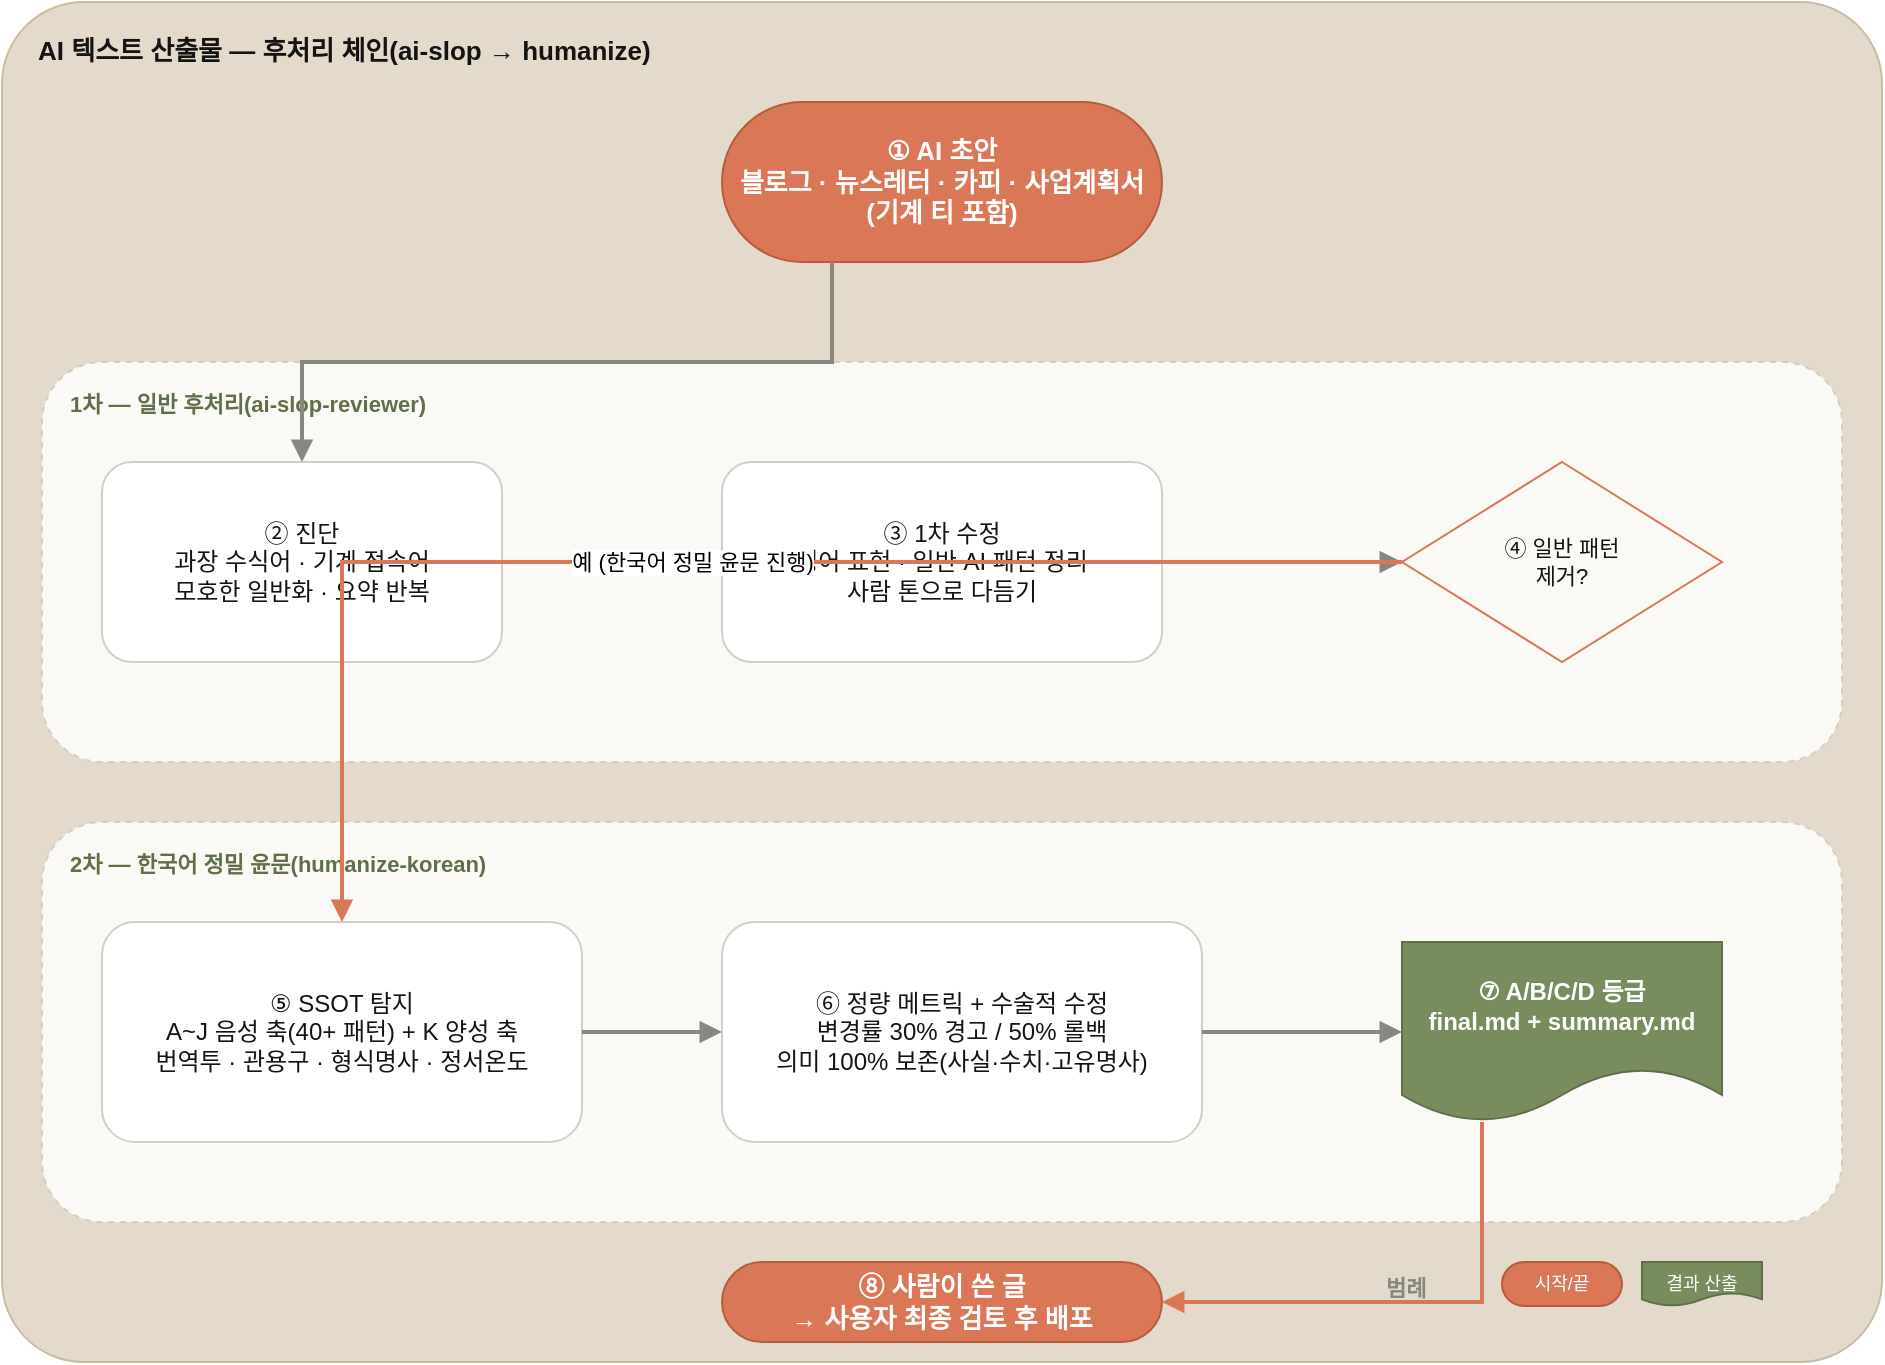
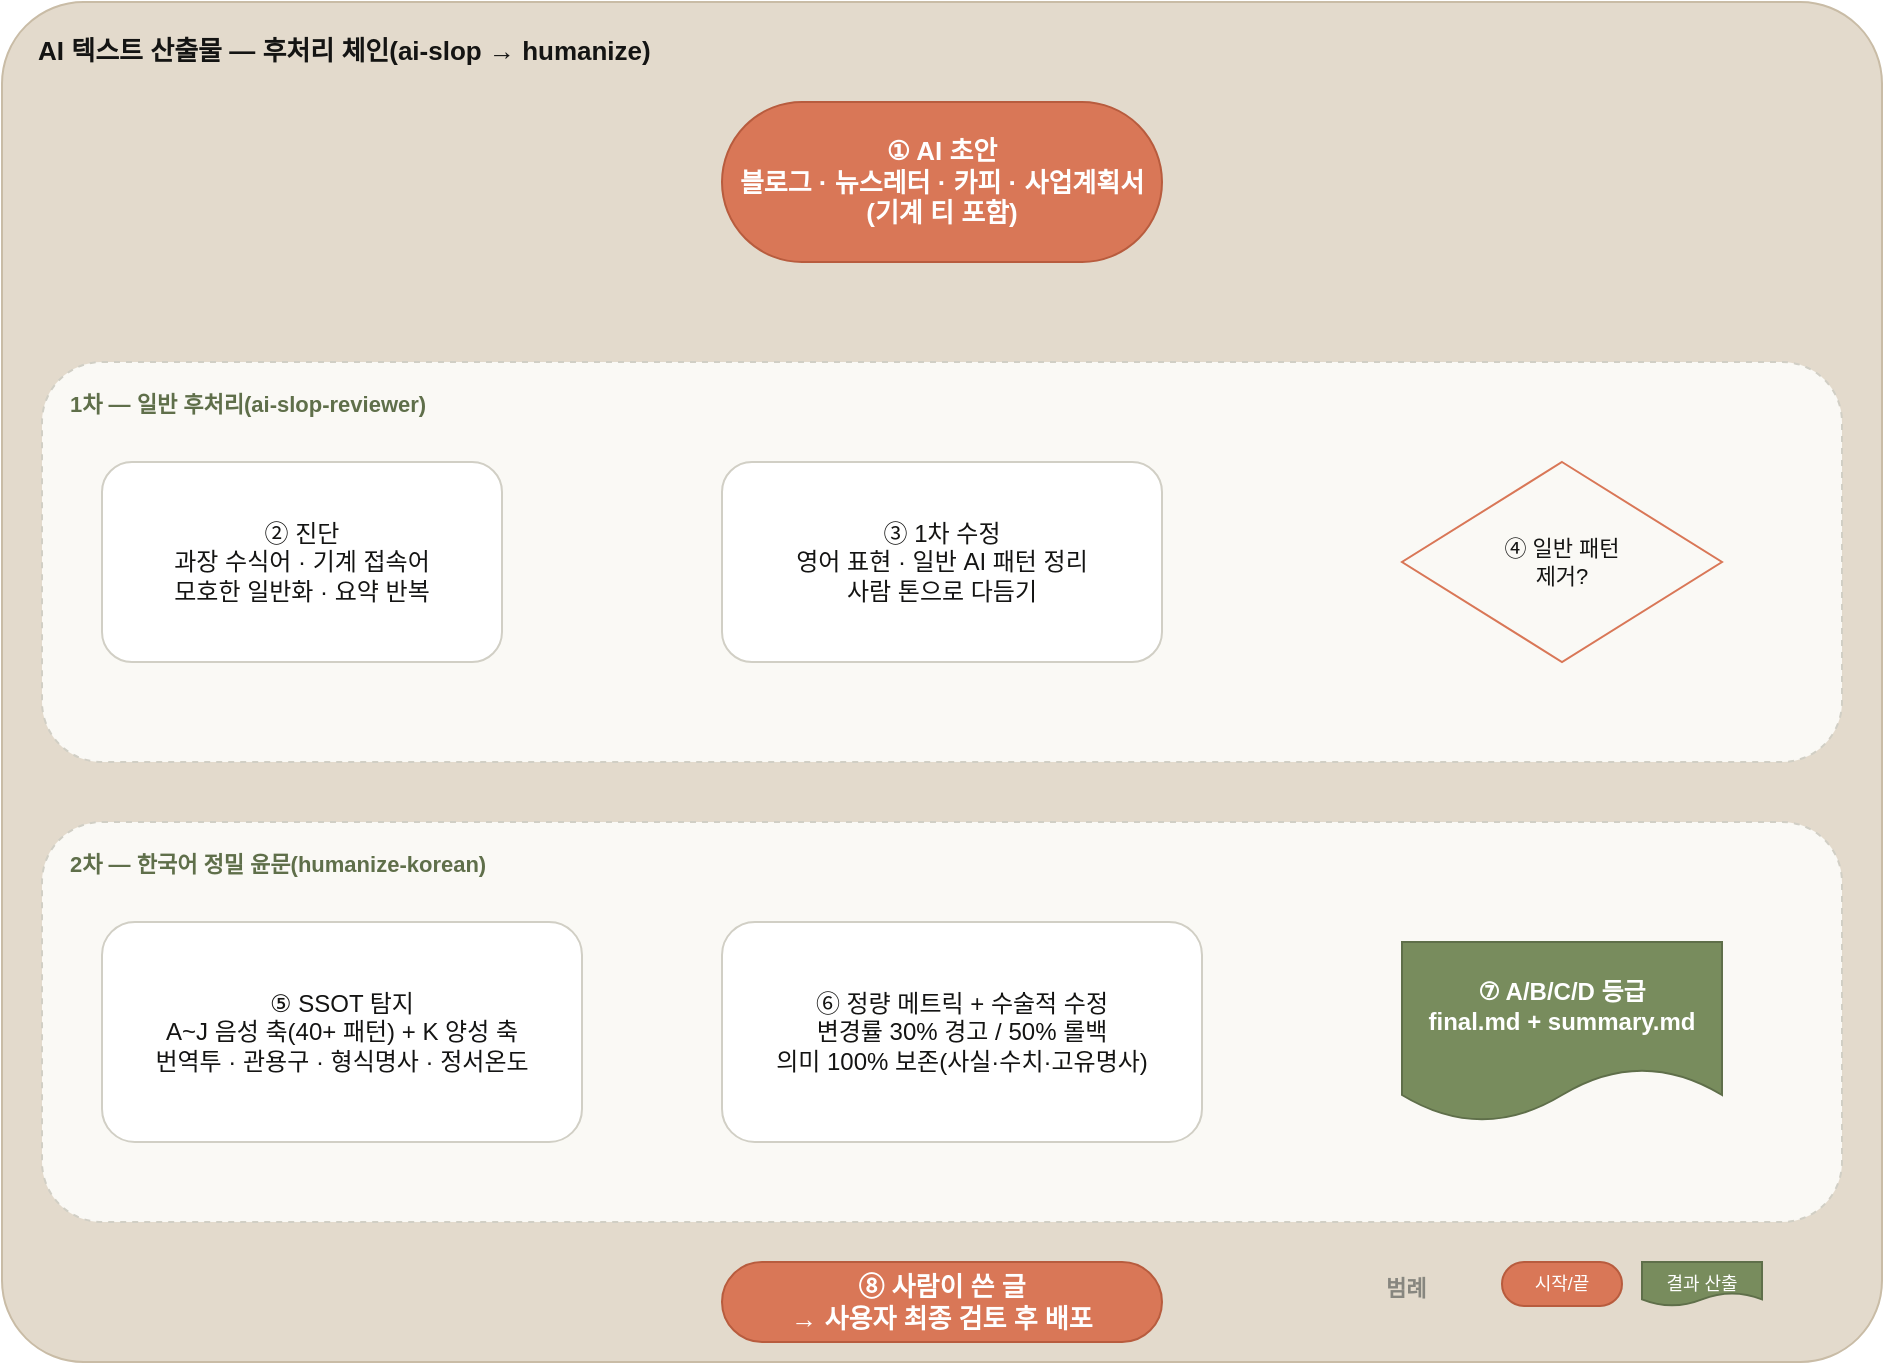
+ <?xml version='1.0' encoding='UTF-8'?>
<mxfile host="app.diagrams.net" type="device">
  <diagram name="ai-slop-humanize-chain" id="diagram-1">
-     <mxGraphModel dx="1100" dy="760" grid="1" gridSize="10" guides="1" tooltips="1"
-         connect="1" arrows="1" fold="1" page="1" pageScale="1"
-         pageWidth="980" pageHeight="720" math="0" shadow="0">
+     <mxGraphModel dx="1100" dy="760" grid="1" gridSize="10" guides="1" tooltips="1" connect="1" arrows="1" fold="1" page="1" pageScale="1" pageWidth="980" pageHeight="720" math="0" shadow="0">
      <root>
-         <mxCell id="0" />
-         <mxCell id="1" parent="0" />
+         <mxCell id="0"/>
+         <mxCell id="1" parent="0"/>

        <!-- ========== 그룹 컨테이너: 전체 파이프라인 ========== -->
-         <mxCell id="grp_pipeline" value="AI 텍스트 산출물 — 후처리 체인(ai-slop → humanize)" vertex="1" parent="1"
-             style="rounded=1;whiteSpace=wrap;html=1;fillColor=#E3DACC;strokeColor=#C9BCA6;verticalAlign=top;fontStyle=1;fontSize=13;fontColor=#141413;align=left;spacingLeft=16;spacingTop=10;dashed=0;arcSize=6;">
-           <mxGeometry x="20" y="20" width="940" height="680" as="geometry" />
+         <!-- ========== 시작점: AI 초안 ========== -->
+         <!-- ========== 1단계: ai-slop-reviewer 그룹 ========== -->
+         <!-- 1차 판단 다이아몬드: 통과? -->
+         <!-- ========== 2단계: humanize-korean 그룹 ========== -->
+         <!-- 등급 산출 (데이터/저장소 색으로 결과 강조) -->
+         <!-- ========== 종료점: 사용자 최종 검토 ========== -->
+         <!-- ========== 엣지: 메인 흐름 ========== -->
+         <!-- 판단 → 2차 진입 (예) -->
+         <!-- ========== 범례 ========== -->
+         <mxCell id="e1" edge="1" parent="1" source="n_draft" target="n_slop_diag" style="edgeStyle=orthogonalEdgeStyle;rounded=0;html=1;strokeColor=#87867F;strokeWidth=2;endArrow=block;endFill=1;exitX=0.25;exitY=1;exitDx=0;exitDy=0;entryX=0.5;entryY=0;entryDx=0;entryDy=0;">
+           <mxGeometry relative="1" as="geometry"/>
        </mxCell>

-         <!-- ========== 시작점: AI 초안 ========== -->
-         <mxCell id="n_draft" value="① AI 초안&#10;블로그 · 뉴스레터 · 카피 · 사업계획서&#10;(기계 티 포함)" vertex="1" parent="1"
-             style="rounded=1;arcSize=50;whiteSpace=wrap;html=1;fillColor=#D97757;strokeColor=#B85C3E;fontColor=#FFFFFF;fontStyle=1;fontSize=13;">
-           <mxGeometry x="380" y="70" width="220" height="80" as="geometry" />
+         <mxCell id="e2" edge="1" parent="1" source="n_slop_diag" target="n_slop_fix" style="edgeStyle=orthogonalEdgeStyle;rounded=0;html=1;strokeColor=#87867F;strokeWidth=2;endArrow=block;endFill=1;exitX=1;exitY=0.5;exitDx=0;exitDy=0;entryX=0;entryY=0.5;entryDx=0;entryDy=0;">
+           <mxGeometry relative="1" as="geometry"/>
        </mxCell>

-         <!-- ========== 1단계: ai-slop-reviewer 그룹 ========== -->
-         <mxCell id="grp_slop" value="1차 — 일반 후처리(ai-slop-reviewer)" vertex="1" parent="1"
-             style="rounded=1;whiteSpace=wrap;html=1;fillColor=#FAF9F5;strokeColor=#D1CFC5;verticalAlign=top;fontStyle=1;fontSize=11;fontColor=#5F6F4A;align=left;spacingLeft=12;spacingTop=8;dashed=1;">
-           <mxGeometry x="40" y="200" width="900" height="200" as="geometry" />
+         <mxCell id="e3" edge="1" parent="1" source="n_slop_fix" target="n_slop_decision" style="edgeStyle=orthogonalEdgeStyle;rounded=0;html=1;strokeColor=#87867F;strokeWidth=2;endArrow=block;endFill=1;exitX=1;exitY=0.5;exitDx=0;exitDy=0;entryX=0;entryY=0.5;entryDx=0;entryDy=0;">
+           <mxGeometry relative="1" as="geometry"/>
        </mxCell>

-         <mxCell id="n_slop_diag" value="② 진단&#10;과장 수식어 · 기계 접속어&#10;모호한 일반화 · 요약 반복" vertex="1" parent="1"
-             style="rounded=1;whiteSpace=wrap;html=1;fillColor=#FFFFFF;strokeColor=#D1CFC5;fontColor=#141413;fontSize=12;">
-           <mxGeometry x="70" y="250" width="200" height="100" as="geometry" />
+         <mxCell id="e4" edge="1" parent="1" source="n_slop_decision" target="n_hum_scan" style="edgeStyle=orthogonalEdgeStyle;rounded=0;html=1;strokeColor=#D97757;strokeWidth=2;endArrow=block;endFill=1;exitX=0;exitY=0.5;exitDx=0;exitDy=0;entryX=0.5;entryY=0;entryDx=0;entryDy=0;" value="예 (한국어 정밀 윤문 진행)">
+           <mxGeometry relative="1" as="geometry"/>
        </mxCell>

-         <mxCell id="n_slop_fix" value="③ 1차 수정&#10;영어 표현 · 일반 AI 패턴 정리&#10;사람 톤으로 다듬기" vertex="1" parent="1"
-             style="rounded=1;whiteSpace=wrap;html=1;fillColor=#FFFFFF;strokeColor=#D1CFC5;fontColor=#141413;fontSize=12;">
-           <mxGeometry x="380" y="250" width="220" height="100" as="geometry" />
+         <mxCell id="e5" edge="1" parent="1" source="n_hum_scan" target="n_hum_metrics" style="edgeStyle=orthogonalEdgeStyle;rounded=0;html=1;strokeColor=#87867F;strokeWidth=2;endArrow=block;endFill=1;exitX=1;exitY=0.5;exitDx=0;exitDy=0;entryX=0;entryY=0.5;entryDx=0;entryDy=0;">
+           <mxGeometry relative="1" as="geometry"/>
        </mxCell>

-         <!-- 1차 판단 다이아몬드: 통과? -->
-         <mxCell id="n_slop_decision" value="④ 일반 패턴&#10;제거?" vertex="1" parent="1"
-             style="rhombus;whiteSpace=wrap;html=1;fillColor=#FAF9F5;strokeColor=#D97757;fontColor=#141413;fontSize=11;">
-           <mxGeometry x="720" y="250" width="160" height="100" as="geometry" />
+         <mxCell id="e6" edge="1" parent="1" source="n_hum_metrics" target="n_hum_grade" style="edgeStyle=orthogonalEdgeStyle;rounded=0;html=1;strokeColor=#87867F;strokeWidth=2;endArrow=block;endFill=1;exitX=1;exitY=0.5;exitDx=0;exitDy=0;entryX=0;entryY=0.5;entryDx=0;entryDy=0;">
+           <mxGeometry relative="1" as="geometry"/>
        </mxCell>

-         <!-- ========== 2단계: humanize-korean 그룹 ========== -->
-         <mxCell id="grp_humanize" value="2차 — 한국어 정밀 윤문(humanize-korean)" vertex="1" parent="1"
-             style="rounded=1;whiteSpace=wrap;html=1;fillColor=#FAF9F5;strokeColor=#D1CFC5;verticalAlign=top;fontStyle=1;fontSize=11;fontColor=#5F6F4A;align=left;spacingLeft=12;spacingTop=8;dashed=1;">
-           <mxGeometry x="40" y="430" width="900" height="200" as="geometry" />
+         <mxCell id="e7" edge="1" parent="1" source="n_hum_grade" target="n_user" style="edgeStyle=orthogonalEdgeStyle;rounded=0;html=1;strokeColor=#D97757;strokeWidth=2;endArrow=block;endFill=1;exitX=0.25;exitY=1;exitDx=0;exitDy=0;entryX=1;entryY=0.5;entryDx=0;entryDy=0;">
+           <mxGeometry relative="1" as="geometry"/>
        </mxCell>

-         <mxCell id="n_hum_scan" value="⑤ SSOT 탐지&#10;A~J 음성 축(40+ 패턴) + K 양성 축&#10;번역투 · 관용구 · 형식명사 · 정서온도" vertex="1" parent="1"
-             style="rounded=1;whiteSpace=wrap;html=1;fillColor=#FFFFFF;strokeColor=#D1CFC5;fontColor=#141413;fontSize=12;">
-           <mxGeometry x="70" y="480" width="240" height="110" as="geometry" />
+         <mxCell id="grp_pipeline" value="AI 텍스트 산출물 — 후처리 체인(ai-slop → humanize)" vertex="1" parent="1" style="rounded=1;whiteSpace=wrap;html=1;fillColor=#E3DACC;strokeColor=#C9BCA6;verticalAlign=top;fontStyle=1;fontSize=13;fontColor=#141413;align=left;spacingLeft=16;spacingTop=10;dashed=0;arcSize=6;">
+           <mxGeometry x="20" y="20" width="940" height="680" as="geometry"/>
        </mxCell>

-         <mxCell id="n_hum_metrics" value="⑥ 정량 메트릭 + 수술적 수정&#10;변경률 30% 경고 / 50% 롤백&#10;의미 100% 보존(사실·수치·고유명사)" vertex="1" parent="1"
-             style="rounded=1;whiteSpace=wrap;html=1;fillColor=#FFFFFF;strokeColor=#D1CFC5;fontColor=#141413;fontSize=12;">
-           <mxGeometry x="380" y="480" width="240" height="110" as="geometry" />
+         <mxCell id="n_draft" value="① AI 초안&#10;블로그 · 뉴스레터 · 카피 · 사업계획서&#10;(기계 티 포함)" vertex="1" parent="1" style="rounded=1;arcSize=50;whiteSpace=wrap;html=1;fillColor=#D97757;strokeColor=#B85C3E;fontColor=#FFFFFF;fontStyle=1;fontSize=13;">
+           <mxGeometry x="380" y="70" width="220" height="80" as="geometry"/>
        </mxCell>

-         <!-- 등급 산출 (데이터/저장소 색으로 결과 강조) -->
-         <mxCell id="n_hum_grade" value="⑦ A/B/C/D 등급&#10;final.md + summary.md" vertex="1" parent="1"
-             style="shape=document;whiteSpace=wrap;html=1;fillColor=#788C5D;strokeColor=#5F6F4A;fontColor=#FFFFFF;fontStyle=1;fontSize=12;boundedLbl=1;backgroundOutline=1;">
-           <mxGeometry x="720" y="490" width="160" height="90" as="geometry" />
+         <mxCell id="grp_slop" value="1차 — 일반 후처리(ai-slop-reviewer)" vertex="1" parent="1" style="rounded=1;whiteSpace=wrap;html=1;fillColor=#FAF9F5;strokeColor=#D1CFC5;verticalAlign=top;fontStyle=1;fontSize=11;fontColor=#5F6F4A;align=left;spacingLeft=12;spacingTop=8;dashed=1;">
+           <mxGeometry x="40" y="200" width="900" height="200" as="geometry"/>
        </mxCell>

-         <!-- ========== 종료점: 사용자 최종 검토 ========== -->
-         <mxCell id="n_user" value="⑧ 사람이 쓴 글&#10;→ 사용자 최종 검토 후 배포" vertex="1" parent="1"
-             style="rounded=1;arcSize=50;whiteSpace=wrap;html=1;fillColor=#D97757;strokeColor=#B85C3E;fontColor=#FFFFFF;fontStyle=1;fontSize=13;">
-           <mxGeometry x="380" y="650" width="220" height="40" as="geometry" />
+         <mxCell id="n_slop_diag" value="② 진단&#10;과장 수식어 · 기계 접속어&#10;모호한 일반화 · 요약 반복" vertex="1" parent="1" style="rounded=1;whiteSpace=wrap;html=1;fillColor=#FFFFFF;strokeColor=#D1CFC5;fontColor=#141413;fontSize=12;">
+           <mxGeometry x="70" y="250" width="200" height="100" as="geometry"/>
        </mxCell>

-         <!-- ========== 엣지: 메인 흐름 ========== -->
-         <mxCell id="e1" edge="1" parent="1" source="n_draft" target="n_slop_diag"
-             style="edgeStyle=orthogonalEdgeStyle;rounded=0;html=1;strokeColor=#87867F;strokeWidth=2;endArrow=block;endFill=1;exitX=0.25;exitY=1;exitDx=0;exitDy=0;entryX=0.5;entryY=0;entryDx=0;entryDy=0;">
-           <mxGeometry relative="1" as="geometry" />
+         <mxCell id="n_slop_fix" value="③ 1차 수정&#10;영어 표현 · 일반 AI 패턴 정리&#10;사람 톤으로 다듬기" vertex="1" parent="1" style="rounded=1;whiteSpace=wrap;html=1;fillColor=#FFFFFF;strokeColor=#D1CFC5;fontColor=#141413;fontSize=12;">
+           <mxGeometry x="380" y="250" width="220" height="100" as="geometry"/>
        </mxCell>

-         <mxCell id="e2" edge="1" parent="1" source="n_slop_diag" target="n_slop_fix"
-             style="edgeStyle=orthogonalEdgeStyle;rounded=0;html=1;strokeColor=#87867F;strokeWidth=2;endArrow=block;endFill=1;exitX=1;exitY=0.5;exitDx=0;exitDy=0;entryX=0;entryY=0.5;entryDx=0;entryDy=0;">
-           <mxGeometry relative="1" as="geometry" />
+         <mxCell id="n_slop_decision" value="④ 일반 패턴&#10;제거?" vertex="1" parent="1" style="rhombus;whiteSpace=wrap;html=1;fillColor=#FAF9F5;strokeColor=#D97757;fontColor=#141413;fontSize=11;">
+           <mxGeometry x="720" y="250" width="160" height="100" as="geometry"/>
        </mxCell>

-         <mxCell id="e3" edge="1" parent="1" source="n_slop_fix" target="n_slop_decision"
-             style="edgeStyle=orthogonalEdgeStyle;rounded=0;html=1;strokeColor=#87867F;strokeWidth=2;endArrow=block;endFill=1;exitX=1;exitY=0.5;exitDx=0;exitDy=0;entryX=0;entryY=0.5;entryDx=0;entryDy=0;">
-           <mxGeometry relative="1" as="geometry" />
+         <mxCell id="grp_humanize" value="2차 — 한국어 정밀 윤문(humanize-korean)" vertex="1" parent="1" style="rounded=1;whiteSpace=wrap;html=1;fillColor=#FAF9F5;strokeColor=#D1CFC5;verticalAlign=top;fontStyle=1;fontSize=11;fontColor=#5F6F4A;align=left;spacingLeft=12;spacingTop=8;dashed=1;">
+           <mxGeometry x="40" y="430" width="900" height="200" as="geometry"/>
        </mxCell>

-         <!-- 판단 → 2차 진입 (예) -->
-         <mxCell id="e4" edge="1" parent="1" source="n_slop_decision" target="n_hum_scan"
-             style="edgeStyle=orthogonalEdgeStyle;rounded=0;html=1;strokeColor=#D97757;strokeWidth=2;endArrow=block;endFill=1;exitX=0;exitY=0.5;exitDx=0;exitDy=0;entryX=0.5;entryY=0;entryDx=0;entryDy=0;" value="예 (한국어 정밀 윤문 진행)">
-           <mxGeometry relative="1" as="geometry" />
+         <mxCell id="n_hum_scan" value="⑤ SSOT 탐지&#10;A~J 음성 축(40+ 패턴) + K 양성 축&#10;번역투 · 관용구 · 형식명사 · 정서온도" vertex="1" parent="1" style="rounded=1;whiteSpace=wrap;html=1;fillColor=#FFFFFF;strokeColor=#D1CFC5;fontColor=#141413;fontSize=12;">
+           <mxGeometry x="70" y="480" width="240" height="110" as="geometry"/>
        </mxCell>

-         <mxCell id="e5" edge="1" parent="1" source="n_hum_scan" target="n_hum_metrics"
-             style="edgeStyle=orthogonalEdgeStyle;rounded=0;html=1;strokeColor=#87867F;strokeWidth=2;endArrow=block;endFill=1;exitX=1;exitY=0.5;exitDx=0;exitDy=0;entryX=0;entryY=0.5;entryDx=0;entryDy=0;">
-           <mxGeometry relative="1" as="geometry" />
+         <mxCell id="n_hum_metrics" value="⑥ 정량 메트릭 + 수술적 수정&#10;변경률 30% 경고 / 50% 롤백&#10;의미 100% 보존(사실·수치·고유명사)" vertex="1" parent="1" style="rounded=1;whiteSpace=wrap;html=1;fillColor=#FFFFFF;strokeColor=#D1CFC5;fontColor=#141413;fontSize=12;">
+           <mxGeometry x="380" y="480" width="240" height="110" as="geometry"/>
        </mxCell>

-         <mxCell id="e6" edge="1" parent="1" source="n_hum_metrics" target="n_hum_grade"
-             style="edgeStyle=orthogonalEdgeStyle;rounded=0;html=1;strokeColor=#87867F;strokeWidth=2;endArrow=block;endFill=1;exitX=1;exitY=0.5;exitDx=0;exitDy=0;entryX=0;entryY=0.5;entryDx=0;entryDy=0;">
-           <mxGeometry relative="1" as="geometry" />
+         <mxCell id="n_hum_grade" value="⑦ A/B/C/D 등급&#10;final.md + summary.md" vertex="1" parent="1" style="shape=document;whiteSpace=wrap;html=1;fillColor=#788C5D;strokeColor=#5F6F4A;fontColor=#FFFFFF;fontStyle=1;fontSize=12;boundedLbl=1;backgroundOutline=1;">
+           <mxGeometry x="720" y="490" width="160" height="90" as="geometry"/>
        </mxCell>

-         <mxCell id="e7" edge="1" parent="1" source="n_hum_grade" target="n_user"
-             style="edgeStyle=orthogonalEdgeStyle;rounded=0;html=1;strokeColor=#D97757;strokeWidth=2;endArrow=block;endFill=1;exitX=0.25;exitY=1;exitDx=0;exitDy=0;entryX=1;entryY=0.5;entryDx=0;entryDy=0;">
-           <mxGeometry relative="1" as="geometry" />
+         <mxCell id="n_user" value="⑧ 사람이 쓴 글&#10;→ 사용자 최종 검토 후 배포" vertex="1" parent="1" style="rounded=1;arcSize=50;whiteSpace=wrap;html=1;fillColor=#D97757;strokeColor=#B85C3E;fontColor=#FFFFFF;fontStyle=1;fontSize=13;">
+           <mxGeometry x="380" y="650" width="220" height="40" as="geometry"/>
        </mxCell>

-         <!-- ========== 범례 ========== -->
-         <mxCell id="n_legend_title" value="범례" vertex="1" parent="1"
-             style="text;html=1;align=left;fontStyle=1;fontColor=#87867F;fontSize=11;">
-           <mxGeometry x="710" y="650" width="50" height="20" as="geometry" />
+         <mxCell id="n_legend_title" value="범례" vertex="1" parent="1" style="text;html=1;align=left;fontStyle=1;fontColor=#87867F;fontSize=11;">
+           <mxGeometry x="710" y="650" width="50" height="20" as="geometry"/>
        </mxCell>
-         <mxCell id="n_legend_clay" value="시작/끝" vertex="1" parent="1"
-             style="rounded=1;arcSize=50;whiteSpace=wrap;html=1;fillColor=#D97757;strokeColor=#B85C3E;fontColor=#FFFFFF;fontSize=9;">
-           <mxGeometry x="770" y="650" width="60" height="22" as="geometry" />
+         <mxCell id="n_legend_clay" value="시작/끝" vertex="1" parent="1" style="rounded=1;arcSize=50;whiteSpace=wrap;html=1;fillColor=#D97757;strokeColor=#B85C3E;fontColor=#FFFFFF;fontSize=9;">
+           <mxGeometry x="770" y="650" width="60" height="22" as="geometry"/>
        </mxCell>
-         <mxCell id="n_legend_data" value="결과 산출" vertex="1" parent="1"
-             style="shape=document;whiteSpace=wrap;html=1;fillColor=#788C5D;strokeColor=#5F6F4A;fontColor=#FFFFFF;fontSize=9;">
-           <mxGeometry x="840" y="650" width="60" height="22" as="geometry" />
+         <mxCell id="n_legend_data" value="결과 산출" vertex="1" parent="1" style="shape=document;whiteSpace=wrap;html=1;fillColor=#788C5D;strokeColor=#5F6F4A;fontColor=#FFFFFF;fontSize=9;">
+           <mxGeometry x="840" y="650" width="60" height="22" as="geometry"/>
        </mxCell>

      </root>
    </mxGraphModel>
  </diagram>
- </mxfile>
+ </mxfile>